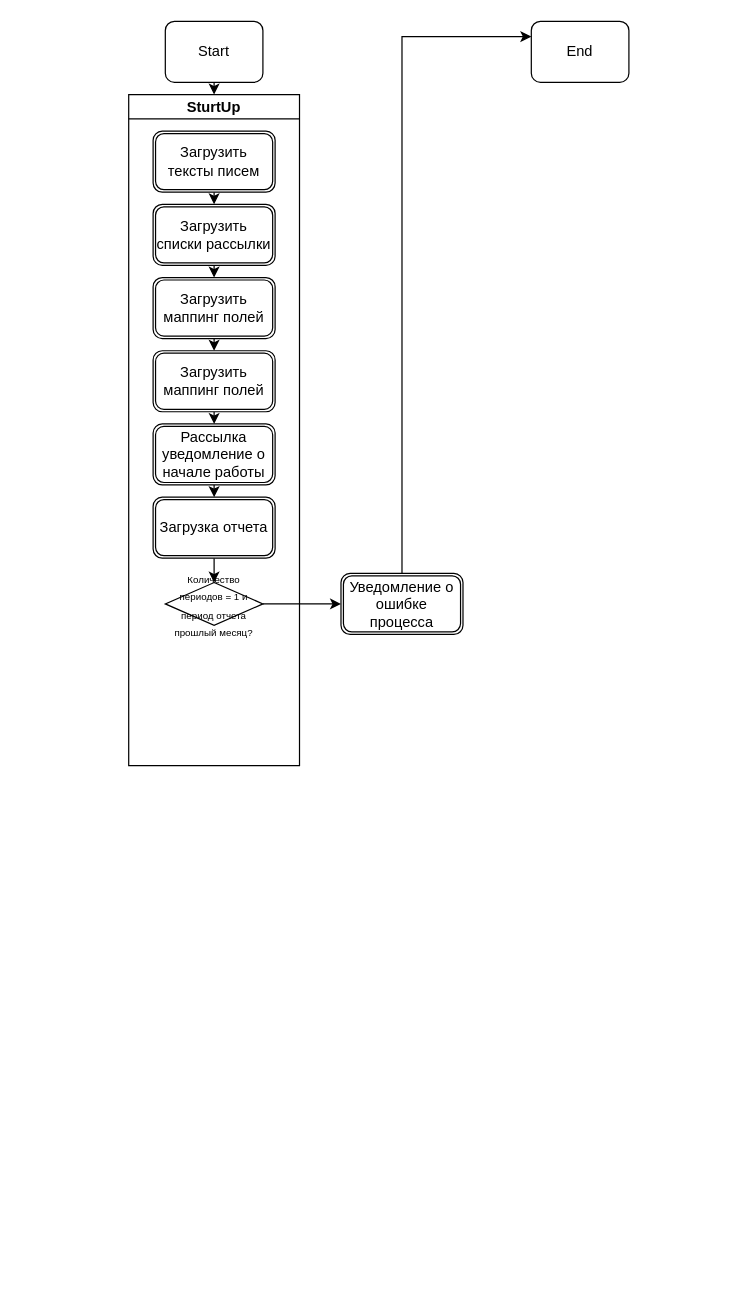
Before: Диаграмма без названия.drawio in existimatio/GAtest, a draw.io diagram. Source tidied: cells renumbered, new cells numbered last; positions are measured from the earlier drawing's top-left corner, leaving out a move shared by most shapes. Both pictures are drawn from the tidied source at 122%, with x=0, y=0 at pixel (128, 21).
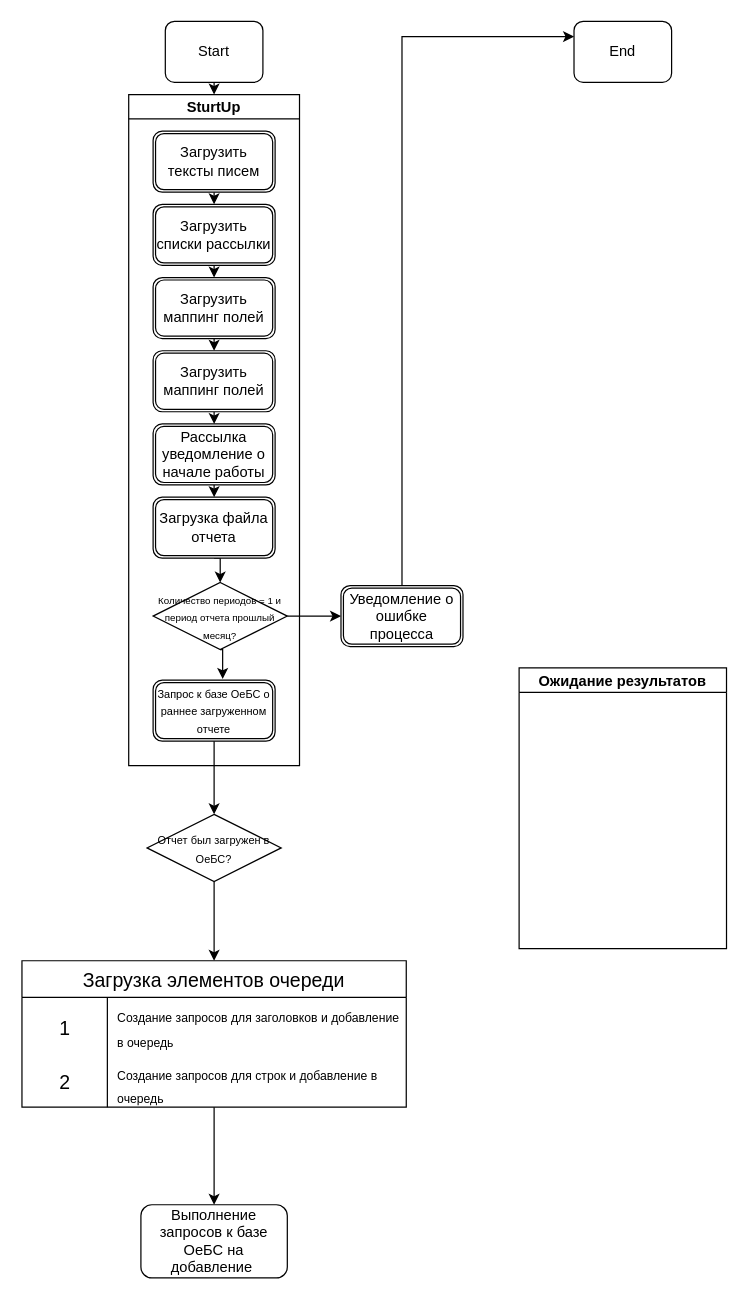
After the change.

The change refers to these unchanged cells:
```xml
<mxCell id="5" value="SturtUp" style="swimlane;startSize=20;horizontal=1;containerType=tree;" parent="1" vertex="1">
  <mxGeometry y="60" width="140" height="550" as="geometry" />
</mxCell>
```

What changed in the source:
```diff
@@
     <mxCell id="4" value="End" style="rounded=1;whiteSpace=wrap;html=1;fontSize=12;glass=0;strokeWidth=1;shadow=0;" parent="1" vertex="1">
-      <mxGeometry x="330" width="80" height="50" as="geometry" />
+      <mxGeometry x="365" width="80" height="50" as="geometry" />
     </mxCell>
@@
-    <mxCell id="17" value="Загрузка отчета" style="shape=ext;double=1;rounded=1;whiteSpace=wrap;html=1;" parent="5" vertex="1">
+    <mxCell id="17" value="Загрузка файла отчета" style="shape=ext;double=1;rounded=1;whiteSpace=wrap;html=1;" parent="5" vertex="1">
       <mxGeometry x="20" y="330" width="100" height="50" as="geometry" />
     </mxCell>
+    <mxCell id="22" style="edgeStyle=orthogonalEdgeStyle;rounded=0;jettySize=auto;html=1;exitX=0.5;exitY=1;exitDx=0;exitDy=0;entryX=0.57;entryY=-0.02;entryDx=0;entryDy=0;entryPerimeter=0;" parent="5" edge="1" source="18" target="23">
+      <mxGeometry relative="1" as="geometry" />
+    </mxCell>
     <mxCell id="18" value="&lt;font style=&quot;font-size: 8px;&quot;&gt;Количество периодов = 1 и период отчета прошлый месяц?&lt;/font&gt;" style="rhombus;whiteSpace=wrap;html=1;" parent="5" vertex="1">
-      <mxGeometry x="30" y="400" width="80" height="35" as="geometry" />
+      <mxGeometry x="20" y="400" width="110" height="55" as="geometry" />
     </mxCell>
+    <mxCell id="23" value="&lt;font style=&quot;font-size: 9px;&quot;&gt;Запрос к базе ОеБС о раннее загруженном отчете&lt;/font&gt;" style="shape=ext;double=1;rounded=1;whiteSpace=wrap;html=1;" parent="5" vertex="1">
+      <mxGeometry x="20" y="480" width="100" height="50" as="geometry" />
+    </mxCell>
@@
     <mxCell id="20" value="Уведомление о ошибке процесса" style="shape=ext;double=1;rounded=1;whiteSpace=wrap;html=1;" parent="1" vertex="1">
-      <mxGeometry x="174" y="452.5" width="100" height="50" as="geometry" />
+      <mxGeometry x="174" y="462.5" width="100" height="50" as="geometry" />
     </mxCell>
@@
+    <mxCell id="24" style="edgeStyle=orthogonalEdgeStyle;rounded=0;jettySize=auto;html=1;exitX=0.5;exitY=1;exitDx=0;exitDy=0;" parent="1" edge="1" source="25" target="29">
+      <mxGeometry relative="1" as="geometry" />
+    </mxCell>
+    <mxCell id="25" value="&lt;font style=&quot;font-size: 9px;&quot;&gt;Отчет был загружен в ОеБС?&lt;/font&gt;" style="rhombus;whiteSpace=wrap;html=1;" parent="1" vertex="1">
+      <mxGeometry x="15" y="650" width="110" height="55" as="geometry" />
+    </mxCell>
+    <mxCell id="26" style="edgeStyle=orthogonalEdgeStyle;rounded=0;jettySize=auto;html=1;exitX=0.5;exitY=1;exitDx=0;exitDy=0;entryX=0.5;entryY=0;entryDx=0;entryDy=0;" parent="1" edge="1" source="23" target="25">
+      <mxGeometry relative="1" as="geometry" />
+    </mxCell>
+    <mxCell id="27" value="Ожидание результатов" style="swimlane;startSize=20;horizontal=1;containerType=tree;" parent="1" vertex="1">
+      <mxGeometry x="320" y="530" width="170" height="230" as="geometry" />
+    </mxCell>
+    <mxCell id="28" style="edgeStyle=orthogonalEdgeStyle;rounded=0;jettySize=auto;html=1;entryX=0.5;entryY=0;entryDx=0;entryDy=0;" parent="1" edge="1" source="29" target="36">
+      <mxGeometry relative="1" as="geometry" />
+    </mxCell>
+    <mxCell id="29" value="Загрузка элементов очереди" style="shape=table;startSize=30;childLayout=tableLayout;rowLines=0;fontStyle=0;strokeColor=default;fontSize=16;" parent="1" vertex="1">
+      <mxGeometry x="-87.5" y="770" width="315" height="120" as="geometry" />
+    </mxCell>
+    <mxCell id="30" style="shape=tableRow;horizontal=0;startSize=0;swimlaneHead=0;swimlaneBody=0;top=0;left=0;bottom=0;right=0;fillColor=none;strokeColor=inherit;fontSize=16;" parent="29" vertex="1">
+      <mxGeometry y="30" width="315" height="50" as="geometry" />
+    </mxCell>
+    <mxCell id="31" value="1" style="shape=partialRectangle;html=1;whiteSpace=wrap;fillColor=none;top=0;left=0;bottom=0;right=0;overflow=hidden;strokeColor=inherit;fontSize=16;" parent="30" vertex="1">
+      <mxGeometry width="70" height="50" as="geometry" />
+    </mxCell>
+    <mxCell id="32" value="&lt;font style=&quot;font-size: 10px;&quot;&gt;Создание запросов для заголовков и добавление в очередь&lt;/font&gt;" style="shape=partialRectangle;html=1;whiteSpace=wrap;fillColor=none;top=0;left=0;bottom=0;right=0;align=left;spacingLeft=6;overflow=hidden;strokeColor=inherit;fontSize=16;" parent="30" vertex="1">
+      <mxGeometry x="70" width="245" height="50" as="geometry" />
+    </mxCell>
+    <mxCell id="33" style="shape=tableRow;horizontal=0;startSize=0;swimlaneHead=0;swimlaneBody=0;top=0;left=0;bottom=0;right=0;fillColor=none;strokeColor=inherit;fontSize=16;" parent="29" vertex="1">
+      <mxGeometry y="80" width="315" height="40" as="geometry" />
+    </mxCell>
+    <mxCell id="34" value="2" style="shape=partialRectangle;html=1;whiteSpace=wrap;fillColor=none;top=0;left=0;bottom=0;right=0;overflow=hidden;strokeColor=inherit;fontSize=16;" parent="33" vertex="1">
+      <mxGeometry width="70" height="40" as="geometry" />
+    </mxCell>
+    <mxCell id="35" value="&lt;font style=&quot;font-size: 10px;&quot;&gt;Создание запросов для строк и добавление в очередь&lt;/font&gt;" style="shape=partialRectangle;html=1;whiteSpace=wrap;fillColor=none;top=0;left=0;bottom=0;right=0;align=left;spacingLeft=6;overflow=hidden;strokeColor=inherit;fontSize=16;" parent="33" vertex="1">
+      <mxGeometry x="70" width="245" height="40" as="geometry" />
+    </mxCell>
+    <mxCell id="36" value="Выполнение запросов к базе ОеБС на добавление&amp;nbsp;" style="rounded=1;whiteSpace=wrap;html=1;" parent="1" vertex="1">
+      <mxGeometry x="10" y="970" width="120" height="60" as="geometry" />
+    </mxCell>
```
